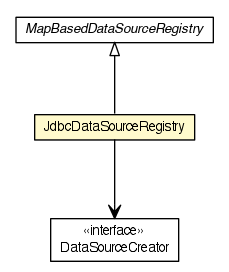
The Graphviz diagram apidocs/org/dayatang/datasource4saas/dsregistry/JdbcDataSourceRegistry.png in dayatang/dddlib, before a commit. Its source is kept beside it as apidocs/org/dayatang/datasource4saas/dsregistry/JdbcDataSourceRegistry.dot. Its diagram source:
```dot

digraph G {
	edge [fontname="Helvetica",fontsize=10,labelfontname="Helvetica",labelfontsize=10];
	node [fontname="Helvetica",fontsize=10,shape=plaintext];
	nodesep=0.25;
	ranksep=0.5;
	c61393 [label=<<table title="org.dayatang.datasource4saas.dsregistry.MapBasedDataSourceRegistry" border="0" cellborder="1" cellspacing="0" cellpadding="2" port="p" href="./MapBasedDataSourceRegistry.html">
		<tr><td><table border="0" cellspacing="0" cellpadding="1">
<tr><td align="center" balign="center"><font face="Helvetica-Oblique"> MapBasedDataSourceRegistry </font></td></tr>
		</table></td></tr>
		</table>>, URL="./MapBasedDataSourceRegistry.html", fontname="Helvetica", fontcolor="black", fontsize=10.0];
	c61395 [label=<<table title="org.dayatang.datasource4saas.dsregistry.JdbcDataSourceRegistry" border="0" cellborder="1" cellspacing="0" cellpadding="2" port="p" bgcolor="lemonChiffon" href="./JdbcDataSourceRegistry.html">
		<tr><td><table border="0" cellspacing="0" cellpadding="1">
<tr><td align="center" balign="center"> JdbcDataSourceRegistry </td></tr>
		</table></td></tr>
		</table>>, URL="./JdbcDataSourceRegistry.html", fontname="Helvetica", fontcolor="black", fontsize=10.0];
	c61397 [label=<<table title="org.dayatang.datasource4saas.dsregistry.DataSourceCreator" border="0" cellborder="1" cellspacing="0" cellpadding="2" port="p" href="./DataSourceCreator.html">
		<tr><td><table border="0" cellspacing="0" cellpadding="1">
<tr><td align="center" balign="center"> &#171;interface&#187; </td></tr>
<tr><td align="center" balign="center"> DataSourceCreator </td></tr>
		</table></td></tr>
		</table>>, URL="./DataSourceCreator.html", fontname="Helvetica", fontcolor="black", fontsize=10.0];
	c61393:p -> c61395:p [dir=back,arrowtail=empty];
	c61395:p -> c61397:p [taillabel="", label=" "headlabel="", fontname="Helvetica", fontcolor="black", fontsize=10.0, color="black", arrowhead=open];
}
```
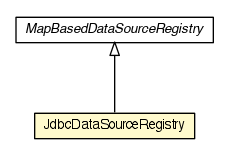
After the commit.

Diff of the diagram source:
```diff
@@ -4,22 +4,15 @@
 	node [fontname="Helvetica",fontsize=10,shape=plaintext];
 	nodesep=0.25;
 	ranksep=0.5;
-	c61393 [label=<<table title="org.dayatang.datasource4saas.dsregistry.MapBasedDataSourceRegistry" border="0" cellborder="1" cellspacing="0" cellpadding="2" port="p" href="./MapBasedDataSourceRegistry.html">
+	c61161 [label=<<table title="org.dayatang.datasource4saas.dsregistry.MapBasedDataSourceRegistry" border="0" cellborder="1" cellspacing="0" cellpadding="2" port="p" href="./MapBasedDataSourceRegistry.html">
 		<tr><td><table border="0" cellspacing="0" cellpadding="1">
 <tr><td align="center" balign="center"><font face="Helvetica-Oblique"> MapBasedDataSourceRegistry </font></td></tr>
 		</table></td></tr>
 		</table>>, URL="./MapBasedDataSourceRegistry.html", fontname="Helvetica", fontcolor="black", fontsize=10.0];
-	c61395 [label=<<table title="org.dayatang.datasource4saas.dsregistry.JdbcDataSourceRegistry" border="0" cellborder="1" cellspacing="0" cellpadding="2" port="p" bgcolor="lemonChiffon" href="./JdbcDataSourceRegistry.html">
+	c61163 [label=<<table title="org.dayatang.datasource4saas.dsregistry.JdbcDataSourceRegistry" border="0" cellborder="1" cellspacing="0" cellpadding="2" port="p" bgcolor="lemonChiffon" href="./JdbcDataSourceRegistry.html">
 		<tr><td><table border="0" cellspacing="0" cellpadding="1">
 <tr><td align="center" balign="center"> JdbcDataSourceRegistry </td></tr>
 		</table></td></tr>
 		</table>>, URL="./JdbcDataSourceRegistry.html", fontname="Helvetica", fontcolor="black", fontsize=10.0];
-	c61397 [label=<<table title="org.dayatang.datasource4saas.dsregistry.DataSourceCreator" border="0" cellborder="1" cellspacing="0" cellpadding="2" port="p" href="./DataSourceCreator.html">
-		<tr><td><table border="0" cellspacing="0" cellpadding="1">
-<tr><td align="center" balign="center"> &#171;interface&#187; </td></tr>
-<tr><td align="center" balign="center"> DataSourceCreator </td></tr>
-		</table></td></tr>
-		</table>>, URL="./DataSourceCreator.html", fontname="Helvetica", fontcolor="black", fontsize=10.0];
-	c61393:p -> c61395:p [dir=back,arrowtail=empty];
-	c61395:p -> c61397:p [taillabel="", label=" "headlabel="", fontname="Helvetica", fontcolor="black", fontsize=10.0, color="black", arrowhead=open];
+	c61161:p -> c61163:p [dir=back,arrowtail=empty];
 }
```
